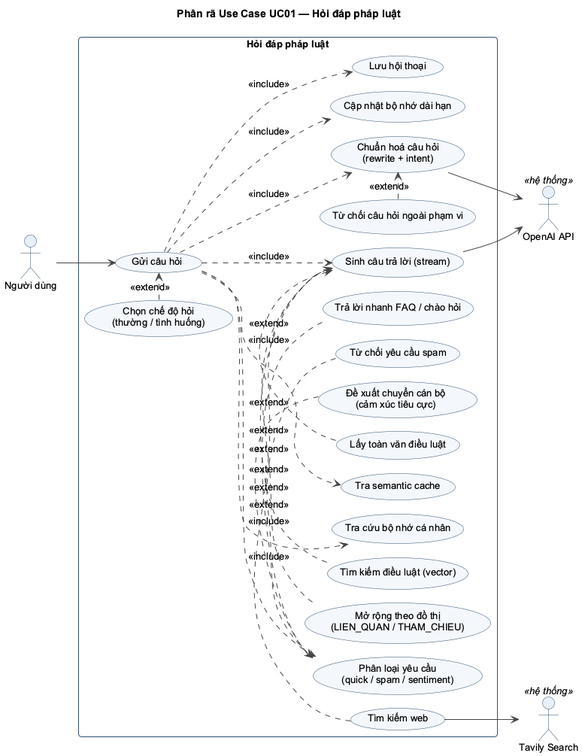
Above: docs/uml/png/UC_HoiDap.png in hainguyen312/project2-chatbot-rag (PlantUML), before the change.
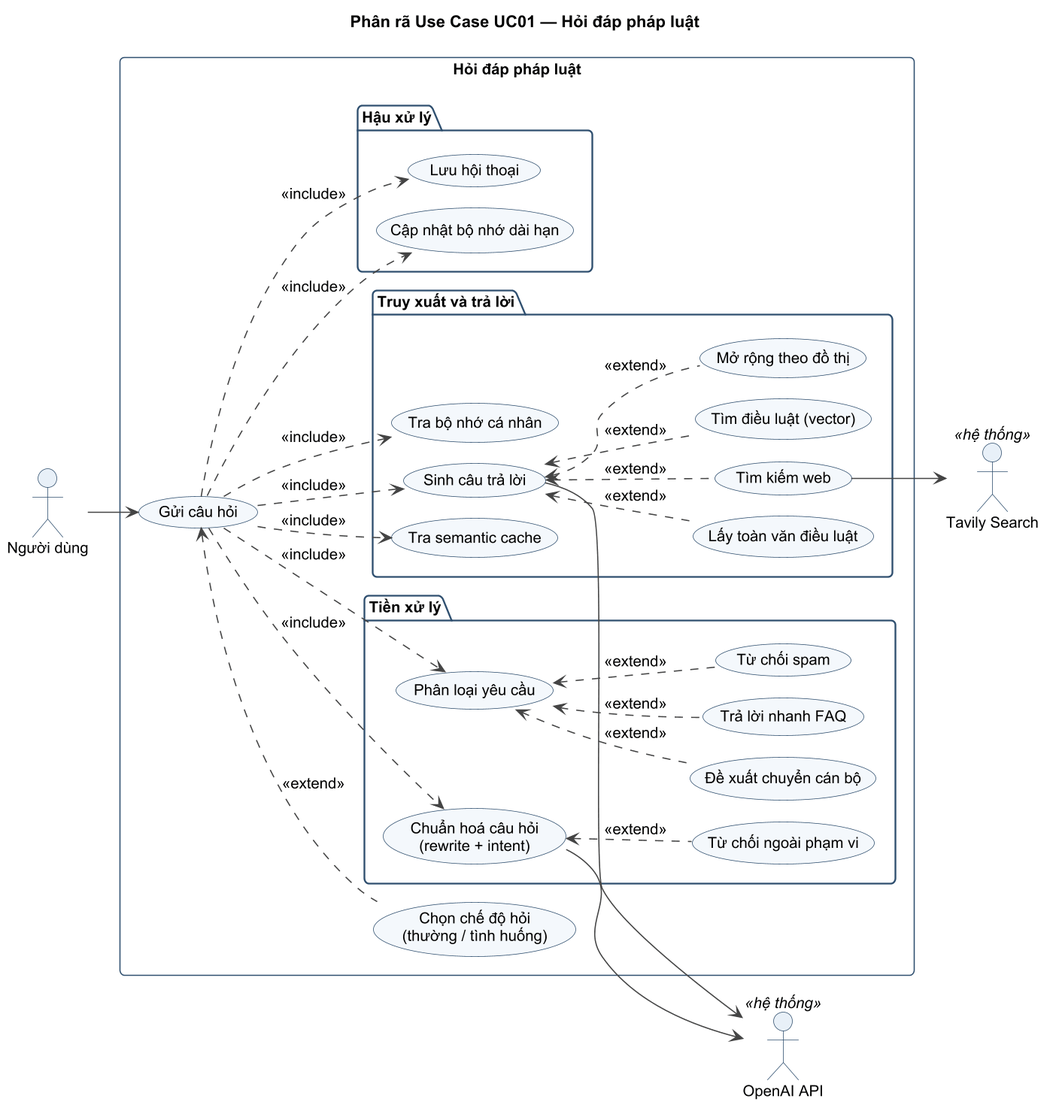
The same file after the commit.

The edit, as a diff of the source:
```diff
@@ -11,42 +11,54 @@
 rectangle "Hỏi đáp pháp luật" {
   usecase "Gửi câu hỏi" as Ask
   usecase "Chọn chế độ hỏi\n(thường / tình huống)" as Mode
-  usecase "Phân loại yêu cầu\n(quick / spam / sentiment)" as Classify
-  usecase "Trả lời nhanh FAQ / chào hỏi" as Quick
-  usecase "Từ chối yêu cầu spam" as Spam
-  usecase "Đề xuất chuyển cán bộ\n(cảm xúc tiêu cực)" as Escalate
-  usecase "Chuẩn hoá câu hỏi\n(rewrite + intent)" as Rewrite
-  usecase "Từ chối câu hỏi ngoài phạm vi" as OutScope
-  usecase "Tra cứu bộ nhớ cá nhân" as Memory
-  usecase "Tra semantic cache" as Cache
-  usecase "Tìm kiếm điều luật (vector)" as Vector
-  usecase "Mở rộng theo đồ thị\n(LIEN_QUAN / THAM_CHIEU)" as Graph
-  usecase "Lấy toàn văn điều luật" as Full
-  usecase "Tìm kiếm web" as Web
-  usecase "Sinh câu trả lời (stream)" as Gen
-  usecase "Cập nhật bộ nhớ dài hạn" as MemUpd
-  usecase "Lưu hội thoại" as Save
+
+  package "Tiền xử lý" {
+    usecase "Phân loại yêu cầu" as Classify
+    usecase "Trả lời nhanh FAQ" as Quick
+    usecase "Từ chối spam" as Spam
+    usecase "Đề xuất chuyển cán bộ" as Escalate
+    usecase "Chuẩn hoá câu hỏi\n(rewrite + intent)" as Rewrite
+    usecase "Từ chối ngoài phạm vi" as OutScope
+  }
+
+  package "Truy xuất và trả lời" {
+    usecase "Tra bộ nhớ cá nhân" as Memory
+    usecase "Tra semantic cache" as Cache
+    usecase "Sinh câu trả lời" as Gen
+    usecase "Tìm điều luật (vector)" as Vector
+    usecase "Mở rộng theo đồ thị" as Graph
+    usecase "Lấy toàn văn điều luật" as Full
+    usecase "Tìm kiếm web" as Web
+  }
+
+  package "Hậu xử lý" {
+    usecase "Cập nhật bộ nhớ dài hạn" as MemUpd
+    usecase "Lưu hội thoại" as Save
+  }
 }
 
 User --> Ask
+Ask <.. Mode : <<extend>>
+
 Ask ..> Classify : <<include>>
-Ask ..> Save : <<include>>
-Mode .> Ask : <<extend>>
-Quick .> Classify : <<extend>>
-Spam .> Classify : <<extend>>
-Escalate .> Classify : <<extend>>
+Classify <.. Quick : <<extend>>
+Classify <.. Spam : <<extend>>
+Classify <.. Escalate : <<extend>>
 Ask ..> Rewrite : <<include>>
-OutScope .> Rewrite : <<extend>>
+Rewrite <.. OutScope : <<extend>>
+
 Ask ..> Memory : <<include>>
 Ask ..> Cache : <<include>>
 Ask ..> Gen : <<include>>
-Vector .> Gen : <<extend>>
-Graph .> Gen : <<extend>>
-Full .> Gen : <<extend>>
-Web .> Gen : <<extend>>
+Gen <.. Vector : <<extend>>
+Gen <.. Graph : <<extend>>
+Gen <.. Full : <<extend>>
+Gen <.. Web : <<extend>>
+
 Ask ..> MemUpd : <<include>>
+Ask ..> Save : <<include>>
 
+Rewrite --> OpenAI
 Gen --> OpenAI
-Rewrite --> OpenAI
 Web --> Tavily
 @enduml
```
